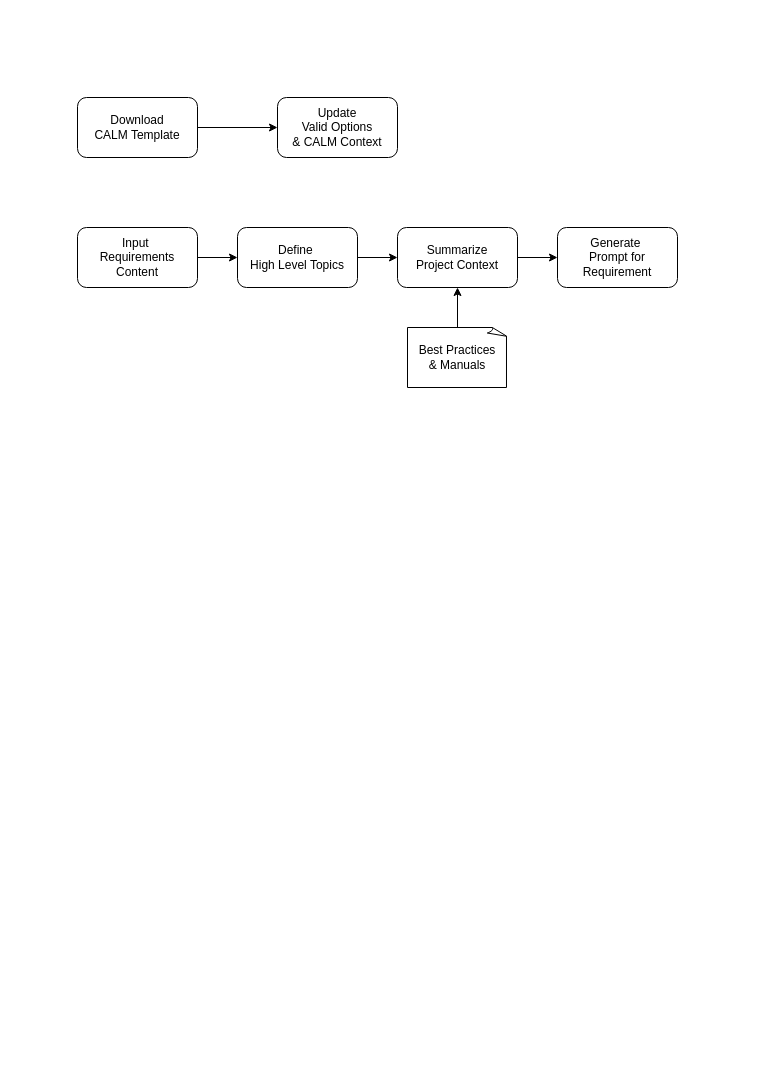
This is SKILL_CALM_MassUpload_Generator.drawio from SayMadness/Ludica, a draw.io file, before an edit. Source tidied: cells renumbered, new cells numbered last; positions are measured from the earlier drawing's top-left corner, leaving out a move shared by most shapes. Both pictures are drawn from the tidied source at 100%, with x=0, y=0 at pixel (77, 97).
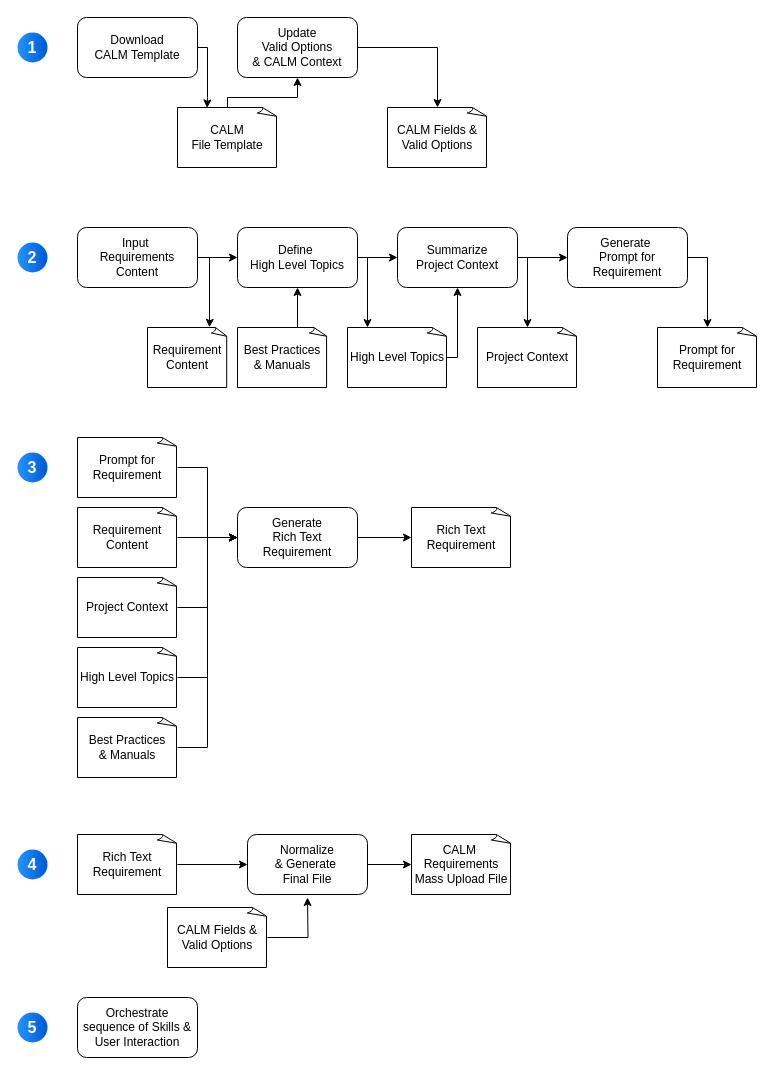
The same page after the edit.

Unchanged cells that the change refers to:
```xml
<mxCell id="6" value="Summarize&lt;br&gt;Project Context" style="rounded=1;whiteSpace=wrap;html=1;" parent="1" vertex="1">
  <mxGeometry x="320" y="130" width="120" height="60" as="geometry" />
</mxCell>
<mxCell id="8" value="Input&amp;nbsp;&lt;div&gt;Requirements Content&lt;/div&gt;" style="rounded=1;whiteSpace=wrap;html=1;" parent="1" vertex="1">
  <mxGeometry y="130" width="120" height="60" as="geometry" />
</mxCell>
<mxCell id="12" value="Define&amp;nbsp;&lt;br&gt;High Level Topics" style="rounded=1;whiteSpace=wrap;html=1;" parent="1" vertex="1">
  <mxGeometry x="160" y="130" width="120" height="60" as="geometry" />
</mxCell>
```

Change to the diagram source:
```diff
@@
-    <mxCell id="2" style="edgeStyle=orthogonalEdgeStyle;rounded=0;jettySize=auto;html=1;" parent="1" edge="1" source="3" target="4">
-      <mxGeometry relative="1" as="geometry" />
-    </mxCell>
     <mxCell id="3" value="Download&lt;br&gt;CALM Template" style="rounded=1;whiteSpace=wrap;html=1;" parent="1" vertex="1">
-      <mxGeometry width="120" height="60" as="geometry" />
+      <mxGeometry y="-80" width="120" height="60" as="geometry" />
     </mxCell>
+    <mxCell id="14" style="edgeStyle=orthogonalEdgeStyle;rounded=0;jettySize=auto;html=1;" parent="1" edge="1" source="4" target="49">
+      <mxGeometry relative="1" as="geometry" />
+    </mxCell>
     <mxCell id="4" value="Update &lt;br&gt;Valid Options&lt;br&gt;&amp;amp; CALM Context" style="rounded=1;whiteSpace=wrap;html=1;" parent="1" vertex="1">
-      <mxGeometry x="200" width="120" height="60" as="geometry" />
+      <mxGeometry x="160" y="-80" width="120" height="60" as="geometry" />
     </mxCell>
@@
-    <mxCell id="9" style="edgeStyle=orthogonalEdgeStyle;rounded=0;jettySize=auto;html=1;" parent="1" edge="1" source="10" target="6">
-      <mxGeometry relative="1" as="geometry" />
-    </mxCell>
     <mxCell id="10" value="Best Practices &lt;br&gt;&amp;amp; Manuals" style="whiteSpace=wrap;html=1;shape=mxgraph.basic.document;" parent="1" vertex="1">
-      <mxGeometry x="330" y="230" width="100" height="60" as="geometry" />
+      <mxGeometry x="160" y="230" width="90" height="60" as="geometry" />
     </mxCell>
@@
+    <mxCell id="15" style="edgeStyle=orthogonalEdgeStyle;rounded=0;jettySize=auto;html=1;exitX=1;exitY=0.5;exitDx=0;exitDy=0;" parent="1" edge="1" source="12" target="22">
+      <mxGeometry relative="1" as="geometry">
+        <Array as="points">
+          <mxPoint x="290" y="160" />
+        </Array>
+      </mxGeometry>
+    </mxCell>
@@
     <mxCell id="13" value="Generate&amp;nbsp;&lt;div&gt;Prompt for Requirement&lt;/div&gt;" style="rounded=1;whiteSpace=wrap;html=1;" parent="1" vertex="1">
-      <mxGeometry x="480" y="130" width="120" height="60" as="geometry" />
+      <mxGeometry x="490" y="130" width="120" height="60" as="geometry" />
     </mxCell>
+    <mxCell id="16" value="Prompt for Requirement" style="whiteSpace=wrap;html=1;shape=mxgraph.basic.document;" parent="1" vertex="1">
+      <mxGeometry x="580" y="230" width="100" height="60" as="geometry" />
+    </mxCell>
+    <mxCell id="17" style="edgeStyle=orthogonalEdgeStyle;rounded=0;jettySize=auto;html=1;entryX=0.5;entryY=1;entryDx=0;entryDy=0;exitX=0.99;exitY=0.633;exitDx=0;exitDy=0;exitPerimeter=0;" parent="1" edge="1" source="22" target="6">
+      <mxGeometry relative="1" as="geometry">
+        <Array as="points">
+          <mxPoint x="349" y="260" />
+          <mxPoint x="380" y="260" />
+        </Array>
+      </mxGeometry>
+    </mxCell>
+    <mxCell id="18" value="Project Context" style="whiteSpace=wrap;html=1;shape=mxgraph.basic.document;" parent="1" vertex="1">
+      <mxGeometry x="400" y="230" width="100" height="60" as="geometry" />
+    </mxCell>
+    <mxCell id="19" style="edgeStyle=orthogonalEdgeStyle;rounded=0;jettySize=auto;html=1;entryX=0.5;entryY=0;entryDx=0;entryDy=0;entryPerimeter=0;exitX=1;exitY=0.5;exitDx=0;exitDy=0;" parent="1" edge="1" source="6" target="18">
+      <mxGeometry relative="1" as="geometry">
+        <Array as="points">
+          <mxPoint x="450" y="160" />
+        </Array>
+      </mxGeometry>
+    </mxCell>
+    <mxCell id="20" style="edgeStyle=orthogonalEdgeStyle;rounded=0;jettySize=auto;html=1;entryX=0.5;entryY=0;entryDx=0;entryDy=0;entryPerimeter=0;exitX=1;exitY=0.5;exitDx=0;exitDy=0;" parent="1" edge="1" source="13" target="16">
+      <mxGeometry relative="1" as="geometry" />
+    </mxCell>
+    <mxCell id="21" style="edgeStyle=orthogonalEdgeStyle;rounded=0;jettySize=auto;html=1;entryX=0.5;entryY=1;entryDx=0;entryDy=0;" parent="1" edge="1" target="12">
+      <mxGeometry relative="1" as="geometry">
+        <mxPoint x="220" y="230" as="sourcePoint" />
+        <Array as="points">
+          <mxPoint x="220" y="230" />
+        </Array>
+      </mxGeometry>
+    </mxCell>
+    <mxCell id="22" value="High Level Topics" style="whiteSpace=wrap;html=1;shape=mxgraph.basic.document;" parent="1" vertex="1">
+      <mxGeometry x="270" y="230" width="100" height="60" as="geometry" />
+    </mxCell>
+    <mxCell id="23" style="edgeStyle=orthogonalEdgeStyle;rounded=0;jettySize=auto;html=1;entryX=0;entryY=0.5;entryDx=0;entryDy=0;" parent="1" edge="1" source="24" target="32">
+      <mxGeometry relative="1" as="geometry" />
+    </mxCell>
+    <mxCell id="24" value="Project Context" style="whiteSpace=wrap;html=1;shape=mxgraph.basic.document;" parent="1" vertex="1">
+      <mxGeometry y="480" width="100" height="60" as="geometry" />
+    </mxCell>
+    <mxCell id="25" style="edgeStyle=orthogonalEdgeStyle;rounded=0;jettySize=auto;html=1;entryX=0;entryY=0.5;entryDx=0;entryDy=0;" parent="1" edge="1" source="26" target="32">
+      <mxGeometry relative="1" as="geometry" />
+    </mxCell>
+    <mxCell id="26" value="Prompt for Requirement" style="whiteSpace=wrap;html=1;shape=mxgraph.basic.document;" parent="1" vertex="1">
+      <mxGeometry y="340" width="100" height="60" as="geometry" />
+    </mxCell>
+    <mxCell id="27" style="edgeStyle=orthogonalEdgeStyle;rounded=0;jettySize=auto;html=1;entryX=0;entryY=0.5;entryDx=0;entryDy=0;" parent="1" edge="1" source="28" target="32">
+      <mxGeometry relative="1" as="geometry" />
+    </mxCell>
+    <mxCell id="28" value="High Level Topics" style="whiteSpace=wrap;html=1;shape=mxgraph.basic.document;" parent="1" vertex="1">
+      <mxGeometry y="550" width="100" height="60" as="geometry" />
+    </mxCell>
+    <mxCell id="29" style="edgeStyle=orthogonalEdgeStyle;rounded=0;jettySize=auto;html=1;entryX=0;entryY=0.5;entryDx=0;entryDy=0;" parent="1" edge="1" source="30" target="32">
+      <mxGeometry relative="1" as="geometry">
+        <Array as="points">
+          <mxPoint x="130" y="650" />
+          <mxPoint x="130" y="440" />
+        </Array>
+      </mxGeometry>
+    </mxCell>
+    <mxCell id="30" value="Best Practices &lt;br&gt;&amp;amp; Manuals" style="whiteSpace=wrap;html=1;shape=mxgraph.basic.document;" parent="1" vertex="1">
+      <mxGeometry y="620" width="100" height="60" as="geometry" />
+    </mxCell>
+    <mxCell id="31" style="edgeStyle=orthogonalEdgeStyle;rounded=0;jettySize=auto;html=1;" parent="1" edge="1" source="32" target="40">
+      <mxGeometry relative="1" as="geometry" />
+    </mxCell>
+    <mxCell id="32" value="Generate &lt;br&gt;Rich Text Requirement" style="rounded=1;whiteSpace=wrap;html=1;" parent="1" vertex="1">
+      <mxGeometry x="160" y="410" width="120" height="60" as="geometry" />
+    </mxCell>
+    <mxCell id="33" value="Requirement Content" style="whiteSpace=wrap;html=1;shape=mxgraph.basic.document;" parent="1" vertex="1">
+      <mxGeometry x="70" y="230" width="80" height="60" as="geometry" />
+    </mxCell>
+    <mxCell id="34" style="edgeStyle=orthogonalEdgeStyle;rounded=0;jettySize=auto;html=1;entryX=0;entryY=0.5;entryDx=0;entryDy=0;" parent="1" edge="1" source="35" target="32">
+      <mxGeometry relative="1" as="geometry" />
+    </mxCell>
+    <mxCell id="35" value="Requirement Content" style="whiteSpace=wrap;html=1;shape=mxgraph.basic.document;" parent="1" vertex="1">
+      <mxGeometry y="410" width="100" height="60" as="geometry" />
+    </mxCell>
+    <mxCell id="36" value="1" style="ellipse;whiteSpace=wrap;html=1;rotation=0;gradientColor=#0057D2;strokeColor=none;gradientDirection=east;fillColor=#2395FF;rounded=0;fontFamily=Helvetica;fontSize=16;fontColor=#FFFFFF;spacingTop=4;spacingBottom=4;spacingLeft=4;spacingRight=4;fontStyle=1;" parent="1" vertex="1">
+      <mxGeometry x="-60" y="-65" width="30" height="30" as="geometry" />
+    </mxCell>
+    <mxCell id="37" value="2" style="ellipse;whiteSpace=wrap;html=1;rotation=0;gradientColor=#0057D2;strokeColor=none;gradientDirection=east;fillColor=#2395FF;rounded=0;fontFamily=Helvetica;fontSize=16;fontColor=#FFFFFF;spacingTop=4;spacingBottom=4;spacingLeft=4;spacingRight=4;fontStyle=1;" parent="1" vertex="1">
+      <mxGeometry x="-60" y="145" width="30" height="30" as="geometry" />
+    </mxCell>
+    <mxCell id="38" value="3" style="ellipse;whiteSpace=wrap;html=1;rotation=0;gradientColor=#0057D2;strokeColor=none;gradientDirection=east;fillColor=#2395FF;rounded=0;fontFamily=Helvetica;fontSize=16;fontColor=#FFFFFF;spacingTop=4;spacingBottom=4;spacingLeft=4;spacingRight=4;fontStyle=1;" parent="1" vertex="1">
+      <mxGeometry x="-60" y="355" width="30" height="30" as="geometry" />
+    </mxCell>
+    <mxCell id="39" value="4" style="ellipse;whiteSpace=wrap;html=1;rotation=0;gradientColor=#0057D2;strokeColor=none;gradientDirection=east;fillColor=#2395FF;rounded=0;fontFamily=Helvetica;fontSize=16;fontColor=#FFFFFF;spacingTop=4;spacingBottom=4;spacingLeft=4;spacingRight=4;fontStyle=1;" parent="1" vertex="1">
+      <mxGeometry x="-60" y="752" width="30" height="30" as="geometry" />
+    </mxCell>
+    <mxCell id="40" value="Rich Text Requirement" style="whiteSpace=wrap;html=1;shape=mxgraph.basic.document;" parent="1" vertex="1">
+      <mxGeometry x="334" y="410" width="100" height="60" as="geometry" />
+    </mxCell>
+    <mxCell id="41" style="edgeStyle=orthogonalEdgeStyle;rounded=0;jettySize=auto;html=1;" parent="1" edge="1" source="42" target="44">
+      <mxGeometry relative="1" as="geometry" />
+    </mxCell>
+    <mxCell id="42" value="Rich Text Requirement" style="whiteSpace=wrap;html=1;shape=mxgraph.basic.document;" parent="1" vertex="1">
+      <mxGeometry y="737" width="100" height="60" as="geometry" />
+    </mxCell>
+    <mxCell id="43" style="edgeStyle=orthogonalEdgeStyle;rounded=0;jettySize=auto;html=1;" parent="1" edge="1" source="44" target="45">
+      <mxGeometry relative="1" as="geometry" />
+    </mxCell>
+    <mxCell id="44" value="Normalize&lt;br&gt;&amp;amp; Generate&amp;nbsp;&lt;br&gt;Final File" style="rounded=1;whiteSpace=wrap;html=1;" parent="1" vertex="1">
+      <mxGeometry x="170" y="737" width="120" height="60" as="geometry" />
+    </mxCell>
+    <mxCell id="45" value="CALM&amp;nbsp;&lt;br&gt;Requirements&lt;br&gt;Mass Upload File" style="whiteSpace=wrap;html=1;shape=mxgraph.basic.document;" parent="1" vertex="1">
+      <mxGeometry x="334" y="737" width="100" height="60" as="geometry" />
+    </mxCell>
+    <mxCell id="46" value="5" style="ellipse;whiteSpace=wrap;html=1;rotation=0;gradientColor=#0057D2;strokeColor=none;gradientDirection=east;fillColor=#2395FF;rounded=0;fontFamily=Helvetica;fontSize=16;fontColor=#FFFFFF;spacingTop=4;spacingBottom=4;spacingLeft=4;spacingRight=4;fontStyle=1;" parent="1" vertex="1">
+      <mxGeometry x="-60" y="915" width="30" height="30" as="geometry" />
+    </mxCell>
+    <mxCell id="47" value="Orchestrate sequence of Skills &amp;amp; User Interaction" style="rounded=1;whiteSpace=wrap;html=1;" parent="1" vertex="1">
+      <mxGeometry y="900" width="120" height="60" as="geometry" />
+    </mxCell>
+    <mxCell id="48" style="edgeStyle=orthogonalEdgeStyle;rounded=0;jettySize=auto;html=1;entryX=0.774;entryY=-0.004;entryDx=0;entryDy=0;entryPerimeter=0;exitX=1;exitY=0.5;exitDx=0;exitDy=0;" parent="1" edge="1" source="8" target="33">
+      <mxGeometry relative="1" as="geometry">
+        <Array as="points">
+          <mxPoint x="132" y="160" />
+          <mxPoint x="132" y="228" />
+          <mxPoint x="132" y="228" />
+        </Array>
+      </mxGeometry>
+    </mxCell>
+    <mxCell id="49" value="CALM Fields &amp;amp;&lt;br&gt;Valid Options" style="whiteSpace=wrap;html=1;shape=mxgraph.basic.document;" parent="1" vertex="1">
+      <mxGeometry x="310" y="10" width="100" height="60" as="geometry" />
+    </mxCell>
+    <mxCell id="50" style="edgeStyle=orthogonalEdgeStyle;rounded=0;jettySize=auto;html=1;entryX=0.5;entryY=1;entryDx=0;entryDy=0;" parent="1" edge="1" source="51" target="4">
+      <mxGeometry relative="1" as="geometry">
+        <Array as="points">
+          <mxPoint x="150" />
+          <mxPoint x="220" />
+        </Array>
+      </mxGeometry>
+    </mxCell>
+    <mxCell id="51" value="CALM &lt;br&gt;File Template" style="whiteSpace=wrap;html=1;shape=mxgraph.basic.document;" parent="1" vertex="1">
+      <mxGeometry x="100" y="10" width="100" height="60" as="geometry" />
+    </mxCell>
+    <mxCell id="52" style="edgeStyle=orthogonalEdgeStyle;rounded=0;jettySize=auto;html=1;entryX=0.296;entryY=0.007;entryDx=0;entryDy=0;entryPerimeter=0;exitX=1;exitY=0.5;exitDx=0;exitDy=0;" parent="1" edge="1" source="3" target="51">
+      <mxGeometry relative="1" as="geometry">
+        <Array as="points">
+          <mxPoint x="130" y="-50" />
+          <mxPoint x="130" />
+        </Array>
+      </mxGeometry>
+    </mxCell>
+    <mxCell id="53" style="edgeStyle=orthogonalEdgeStyle;rounded=0;jettySize=auto;html=1;" parent="1" edge="1" source="54">
+      <mxGeometry relative="1" as="geometry">
+        <mxPoint x="230" y="800" as="targetPoint" />
+      </mxGeometry>
+    </mxCell>
+    <mxCell id="54" value="CALM Fields &amp;amp;&lt;br&gt;Valid Options" style="whiteSpace=wrap;html=1;shape=mxgraph.basic.document;" parent="1" vertex="1">
+      <mxGeometry x="90" y="810" width="100" height="60" as="geometry" />
+    </mxCell>
```
